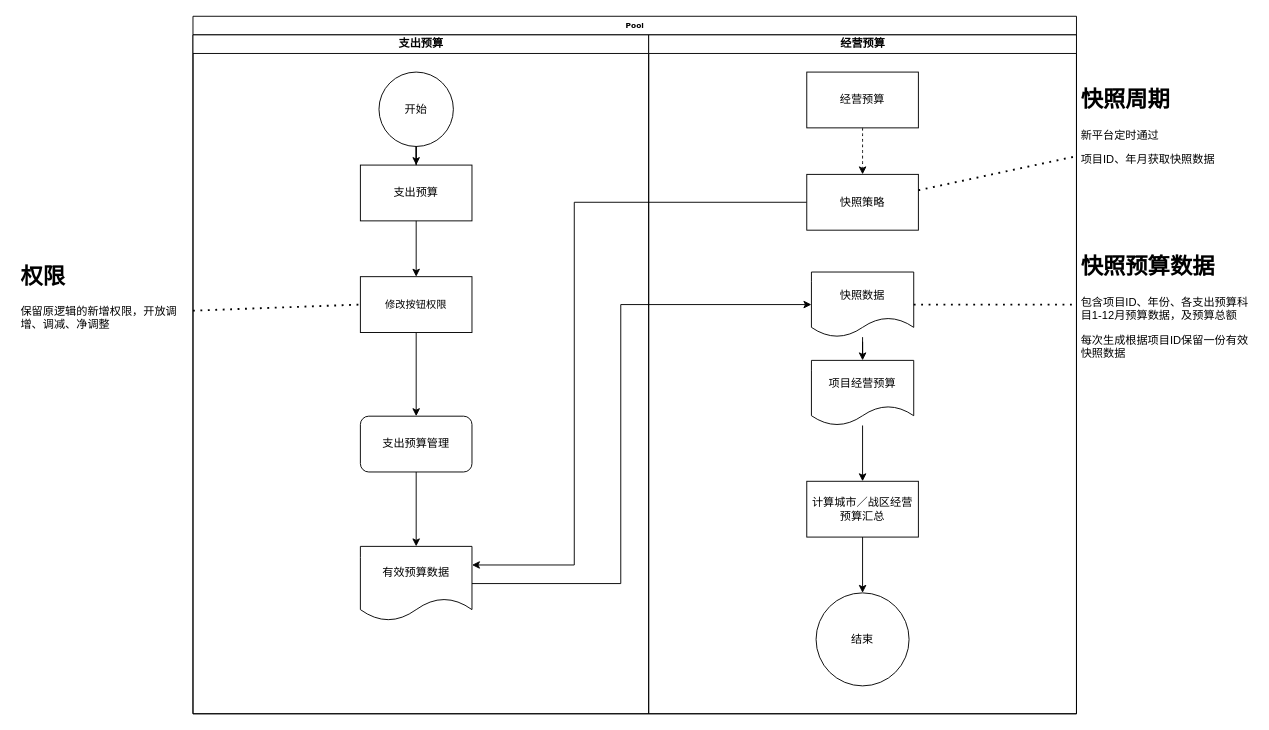
Earlier version of the draw.io diagram 未命名绘图.drawio (thednr/apc). Source tidied: cells renumbered, new cells numbered last; positions are measured from the earlier drawing's top-left corner, leaving out a move shared by most shapes. Both pictures are drawn from the tidied source at 93%, with x=0, y=0 at pixel (16, 16).
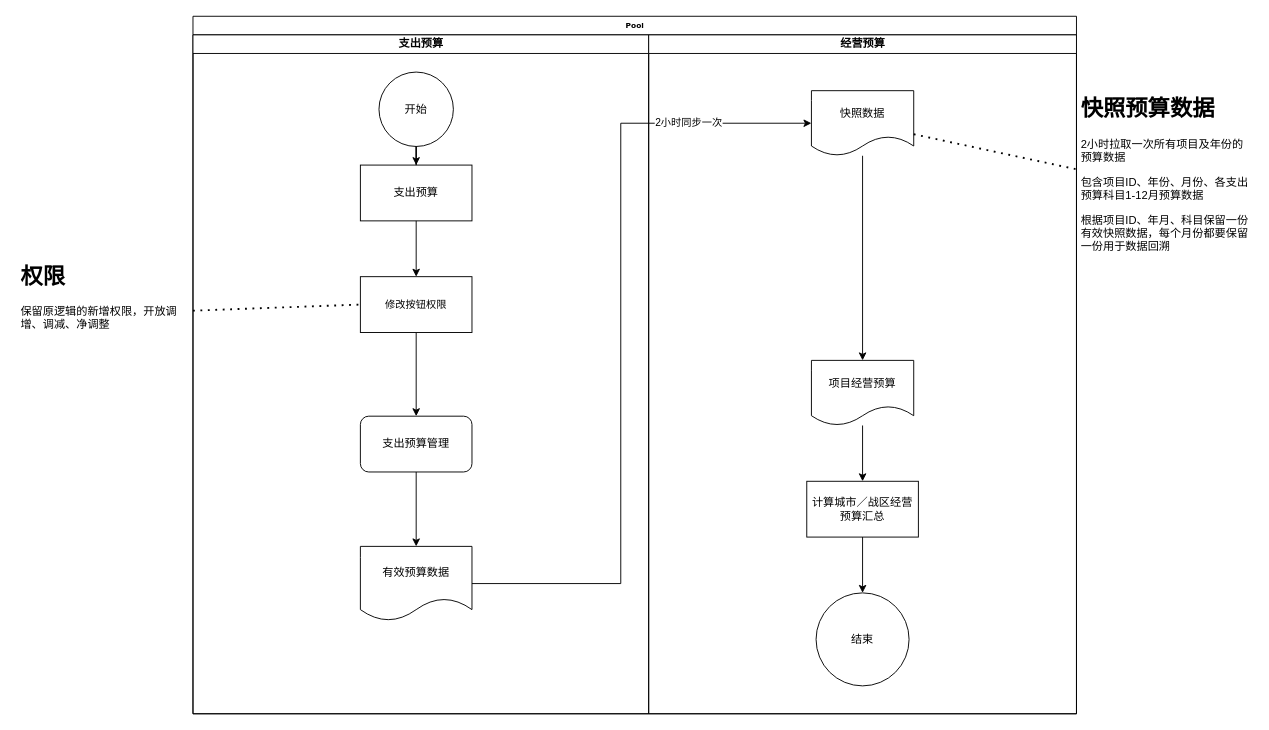
After the change.

Commit message:
更新未命名绘图.drawio

Unchanged cells that the change refers to:
```xml
<mxCell id="2" value="Pool" style="swimlane;html=1;startSize=20;rounded=0;shadow=0;labelBackgroundColor=none;strokeWidth=1;fontFamily=Verdana;fontSize=8;align=center;" parent="1" vertex="1">
  <mxGeometry x="190" width="950" height="750" as="geometry" />
</mxCell>
<mxCell id="11" value="有效预算数据" style="shape=document;whiteSpace=wrap;html=1;boundedLbl=1;rounded=1;" parent="3" vertex="1">
  <mxGeometry x="180" y="550" width="120" height="80" as="geometry" />
</mxCell>
<mxCell id="15" value="经营预算" style="swimlane;html=1;startSize=20;" parent="2" vertex="1">
  <mxGeometry x="490" y="20" width="460" height="730" as="geometry" />
</mxCell>
<mxCell id="21" value="项目经营预算" style="shape=document;whiteSpace=wrap;html=1;boundedLbl=1;" parent="15" vertex="1">
  <mxGeometry x="175" y="350" width="110" height="70" as="geometry" />
</mxCell>
```

The edit, as a diff of the source:
```diff
@@
-    <mxCell id="13" style="edgeStyle=orthogonalEdgeStyle;jettySize=auto;html=1;entryX=1;entryY=0.25;entryDx=0;entryDy=0;rounded=0;" parent="2" edge="1" source="19" target="11">
-      <mxGeometry relative="1" as="geometry">
-        <Array as="points">
-          <mxPoint x="410" y="200" />
-          <mxPoint x="410" y="590" />
-        </Array>
-      </mxGeometry>
-    </mxCell>
     <mxCell id="14" style="edgeStyle=orthogonalEdgeStyle;rounded=0;jettySize=auto;html=1;entryX=0;entryY=0.5;entryDx=0;entryDy=0;" parent="2" edge="1" source="11" target="16">
       <mxGeometry relative="1" as="geometry">
         <Array as="points">
           <mxPoint x="460" y="610" />
-          <mxPoint x="460" y="310" />
+          <mxPoint x="460" y="115" />
         </Array>
       </mxGeometry>
     </mxCell>
+    <mxCell id="32" value="2小时同步一次" style="edgeLabel;html=1;align=center;verticalAlign=middle;" parent="14" vertex="1">
+      <mxGeometry x="0.68" y="-4" relative="1" as="geometry">
+        <mxPoint x="5" y="-5" as="offset" />
+      </mxGeometry>
+    </mxCell>
@@
+    <mxCell id="17" style="edgeStyle=orthogonalEdgeStyle;rounded=0;jettySize=auto;html=1;" parent="15" edge="1" source="16" target="21">
+      <mxGeometry relative="1" as="geometry" />
+    </mxCell>
     <mxCell id="16" value="&lt;span&gt;快照数据&lt;/span&gt;" style="shape=document;whiteSpace=wrap;html=1;boundedLbl=1;" parent="15" vertex="1">
-      <mxGeometry x="175" y="255" width="110" height="70" as="geometry" />
+      <mxGeometry x="175" y="60" width="110" height="70" as="geometry" />
     </mxCell>
-    <mxCell id="17" style="edgeStyle=orthogonalEdgeStyle;rounded=0;jettySize=auto;html=1;entryX=0.5;entryY=0;entryDx=0;entryDy=0;" parent="15" edge="1" source="16" target="21">
-      <mxGeometry relative="1" as="geometry" />
-    </mxCell>
-    <mxCell id="18" value="经营预算" style="rounded=0;whiteSpace=wrap;html=1;" parent="15" vertex="1">
-      <mxGeometry x="170" y="40" width="120" height="60" as="geometry" />
-    </mxCell>
-    <mxCell id="19" value="快照策略" style="whiteSpace=wrap;html=1;rounded=0;" parent="15" vertex="1">
-      <mxGeometry x="170" y="150" width="120" height="60" as="geometry" />
-    </mxCell>
-    <mxCell id="20" style="edgeStyle=orthogonalEdgeStyle;curved=1;jettySize=auto;html=1;dashed=1;" parent="15" edge="1" source="18" target="19">
-      <mxGeometry relative="1" as="geometry" />
-    </mxCell>
@@
-    <mxCell id="28" value="&lt;h1&gt;快照预算数据&lt;/h1&gt;&lt;h1&gt;&lt;p style=&quot;font-size: 12px ; font-weight: 400&quot;&gt;包含项目ID、年份、各支出预算科目1-12月预算数据，及预算总额&lt;/p&gt;&lt;p style=&quot;font-size: 12px ; font-weight: 400&quot;&gt;每次生成根据项目ID保留一份有效快照数据&lt;/p&gt;&lt;/h1&gt;" style="text;html=1;strokeColor=none;fillColor=none;spacing=5;spacingTop=-20;whiteSpace=wrap;overflow=hidden;rounded=0;" parent="1" vertex="1">
-      <mxGeometry x="1140" y="250" width="190" height="120" as="geometry" />
+    <mxCell id="28" value="&lt;h1&gt;快照预算数据&lt;/h1&gt;&lt;h1&gt;&lt;p style=&quot;font-size: 12px ; font-weight: 400&quot;&gt;2小时拉取一次所有项目及年份的预算数据&lt;/p&gt;&lt;p style=&quot;font-size: 12px ; font-weight: 400&quot;&gt;包含项目ID、年份、月份、各支出预算科目1-12月预算数据&lt;/p&gt;&lt;p style=&quot;font-size: 12px ; font-weight: 400&quot;&gt;根据项目ID、年月、科目&lt;span&gt;保留一份有效快照数据，每个月份都要保留一份用于&lt;/span&gt;&lt;span&gt;数据回溯&lt;/span&gt;&lt;/p&gt;&lt;/h1&gt;" style="text;html=1;strokeColor=none;fillColor=none;spacing=5;spacingTop=-20;whiteSpace=wrap;overflow=hidden;rounded=0;" parent="1" vertex="1">
+      <mxGeometry x="1140" y="80" width="190" height="210" as="geometry" />
     </mxCell>
-    <mxCell id="29" value="&lt;h1&gt;快照周期&lt;/h1&gt;&lt;p&gt;新平台定时通过&lt;/p&gt;项目ID、年月&lt;span&gt;获取快照数据&lt;/span&gt;" style="text;html=1;strokeColor=none;fillColor=none;spacing=5;spacingTop=-20;whiteSpace=wrap;overflow=hidden;rounded=0;" parent="1" vertex="1">
-      <mxGeometry x="1140" y="70" width="190" height="120" as="geometry" />
-    </mxCell>
-    <mxCell id="30" style="endArrow=none;dashed=1;html=1;dashPattern=1 3;strokeWidth=2;" parent="1" edge="1" source="19" target="29">
-      <mxGeometry relative="1" as="geometry" />
-    </mxCell>
```
